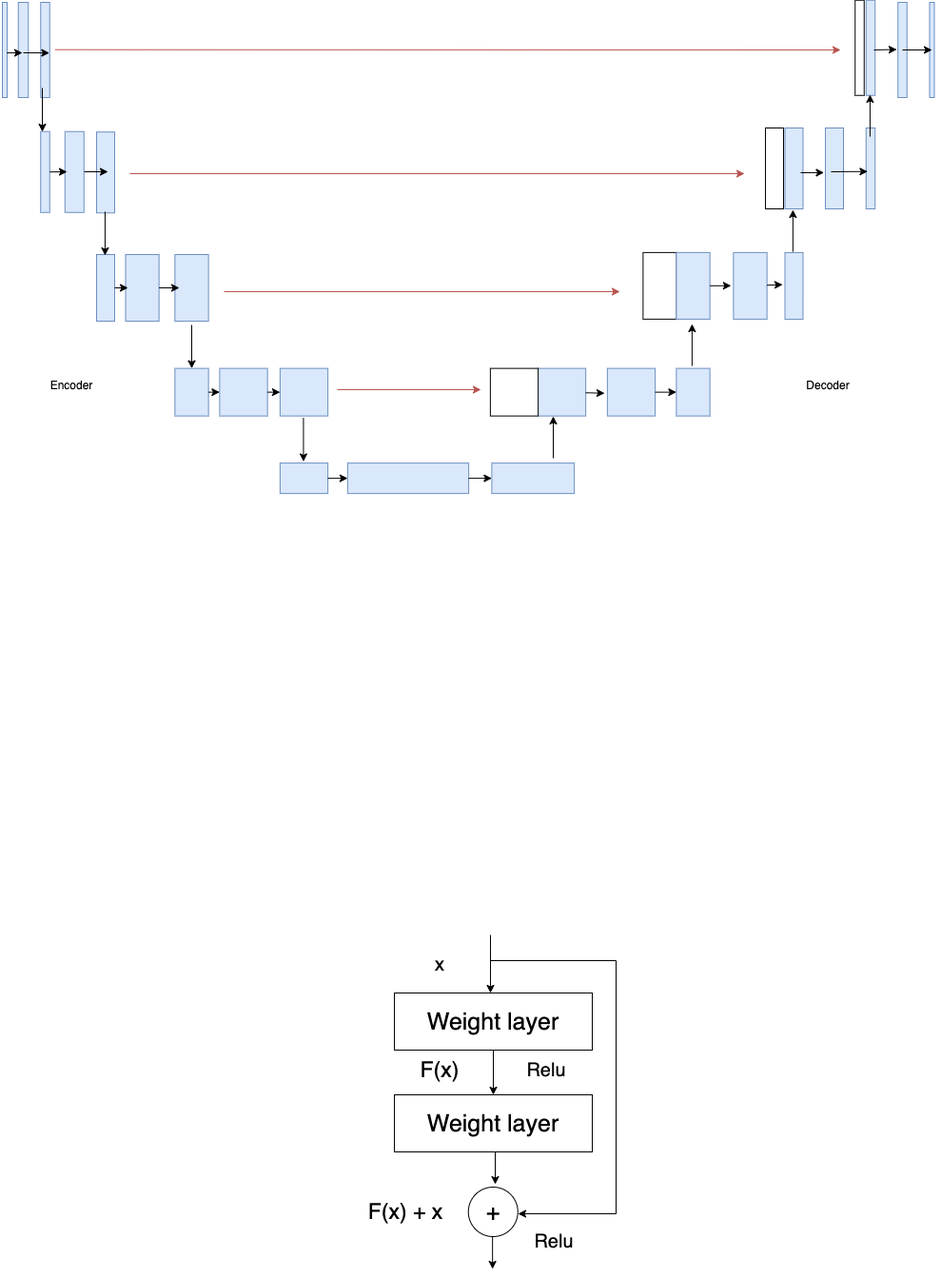
jtwty/Face_Rec keeps this draw.io diagram as UNet+resnet图.drawio.png. Above is the earlier version. Source tidied: cells renumbered, new cells last; positions are measured from the earlier drawing's top-left corner, leaving out a move shared by most shapes.
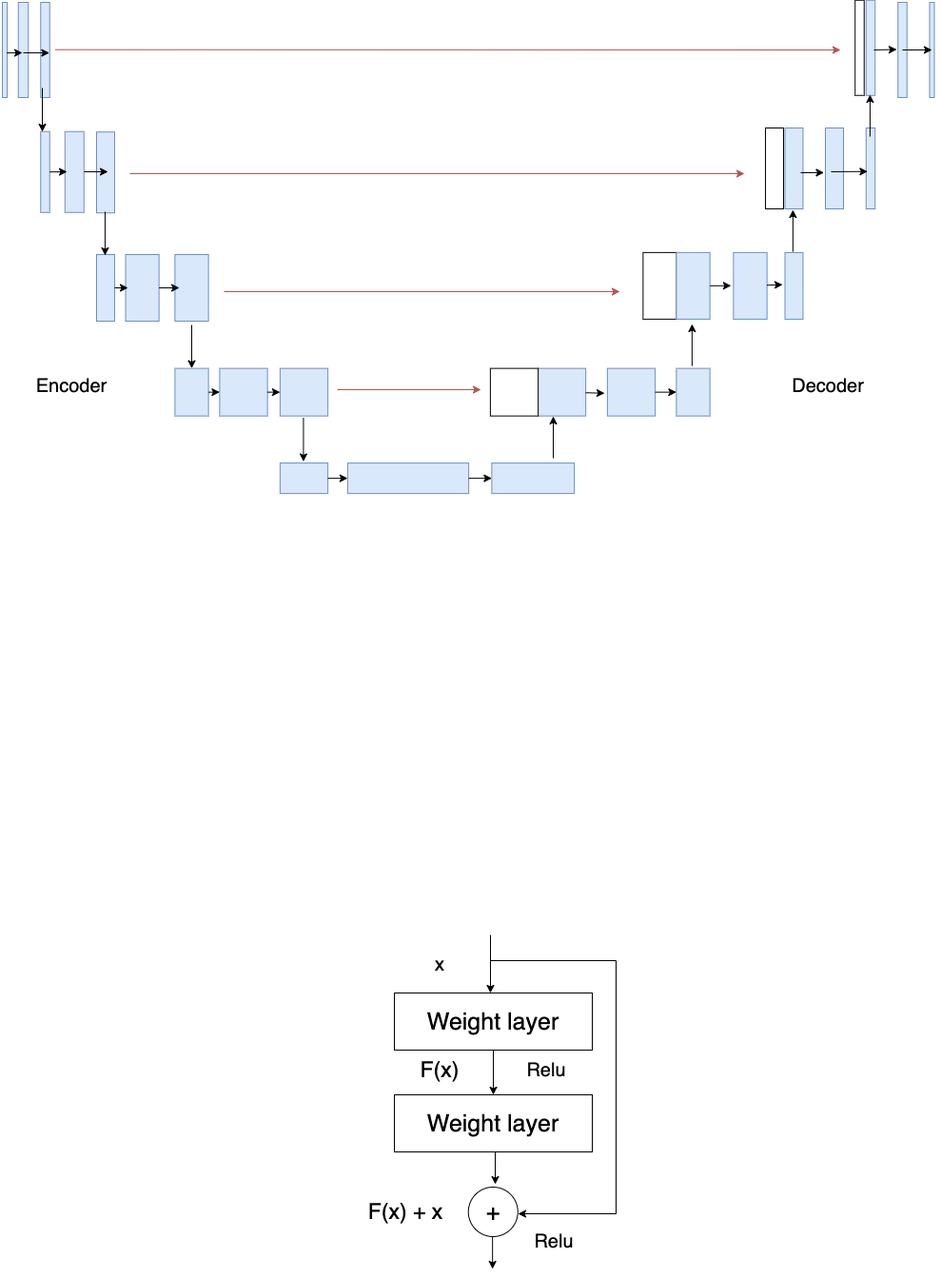
Above is the later version.

Diff of the diagram source:
```diff
@@ -240,10 +240,10 @@
         <mxPoint x="70" y="10" as="sourcePoint" />
       </mxGeometry>
     </mxCell>
-    <mxCell id="63" value="Encoder" style="text;html=1;strokeColor=none;fillColor=none;align=center;verticalAlign=middle;whiteSpace=wrap;rounded=0;" parent="1" vertex="1">
+    <mxCell id="63" value="Encoder" style="text;html=1;strokeColor=none;fillColor=none;align=center;verticalAlign=middle;whiteSpace=wrap;rounded=0;fontSize=20;" parent="1" vertex="1">
       <mxGeometry x="63" y="316" width="116" height="88" as="geometry" />
     </mxCell>
-    <mxCell id="64" value="Decoder" style="text;html=1;strokeColor=none;fillColor=none;align=center;verticalAlign=middle;whiteSpace=wrap;rounded=0;" parent="1" vertex="1">
+    <mxCell id="64" value="Decoder" style="text;html=1;strokeColor=none;fillColor=none;align=center;verticalAlign=middle;whiteSpace=wrap;rounded=0;fontSize=20;" parent="1" vertex="1">
       <mxGeometry x="886" y="345" width="60" height="30" as="geometry" />
     </mxCell>
     <mxCell id="65" style="edgeStyle=orthogonalEdgeStyle;rounded=0;jettySize=auto;html=1;" parent="1" edge="1" source="66" target="67">
```
